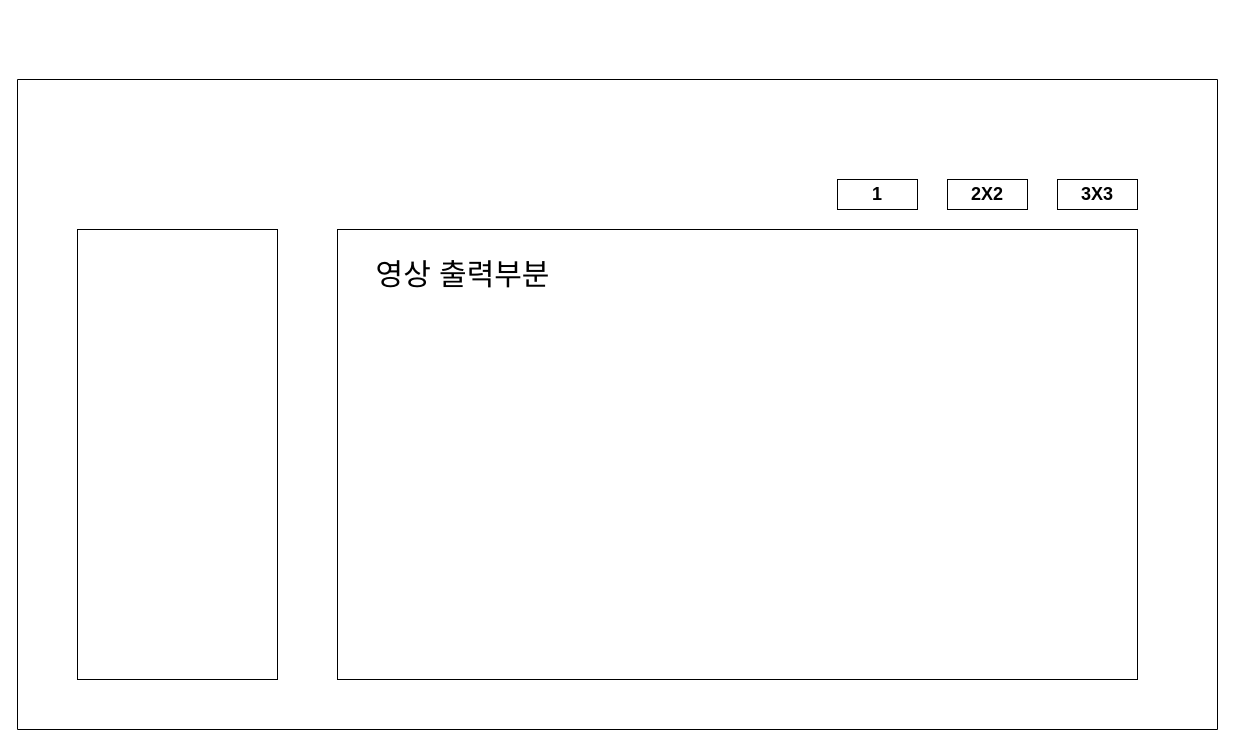
This is RTSP관제프로그램 UI.drawio from Hyunmin-Kwak-hub/neighbor21, a draw.io file, before an edit. Source tidied: cells renumbered, new cells numbered last; positions are measured from the earlier drawing's top-left corner, leaving out a move shared by most shapes. Both pictures are drawn from the tidied source at 100%, with x=0, y=0 at pixel (17, 79).
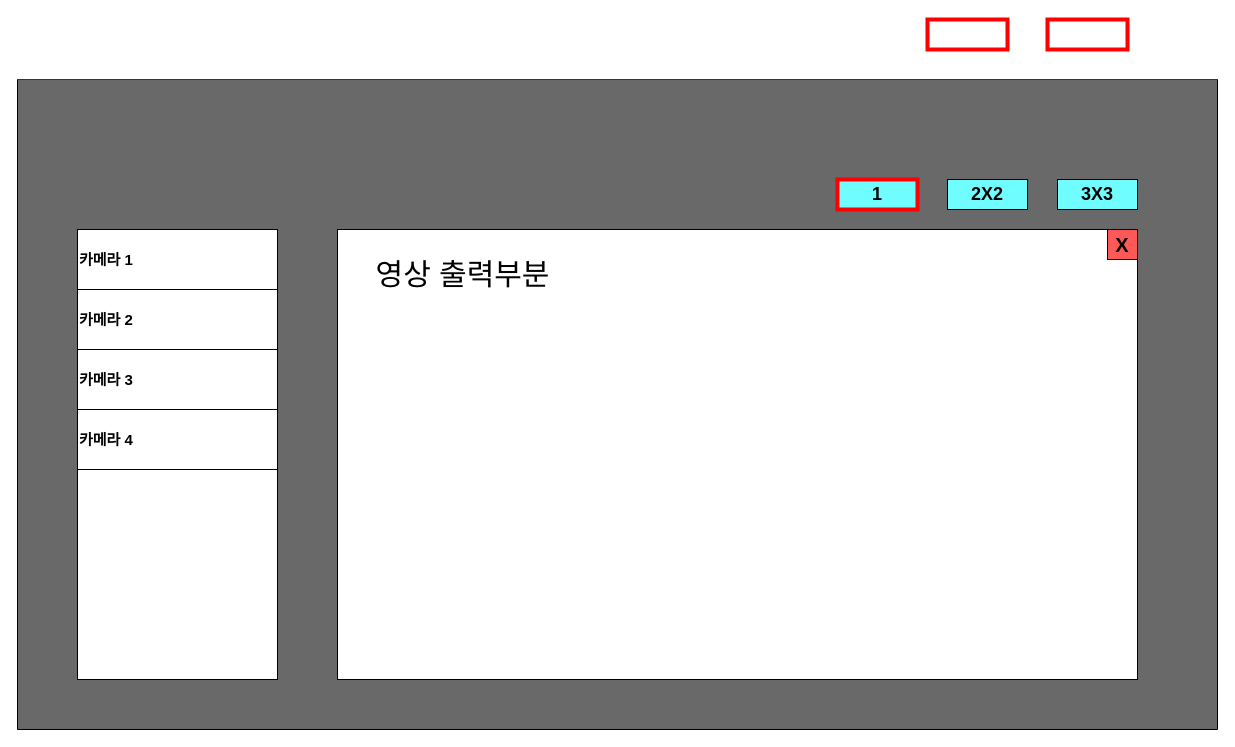
The same page after the edit.

Commit message (it also covers changes not shown here):
RTSP관제프로그램 UI.drawio 업데이트

The edit, as a diff of the source:
```diff
@@
 <mxGraphModel>
   <root>
     <mxCell id="0" />
     <mxCell id="1" parent="0" />
-    <mxCell id="2" style="swimlane;startSize=0;" parent="1" vertex="1">
+    <mxCell id="2" style="swimlane;startSize=0;swimlaneFillColor=light-dark(#696969, #ededed);fillColor=none;" parent="1" vertex="1">
       <mxGeometry width="1200" height="650" as="geometry" />
     </mxCell>
     <mxCell id="3" style="rounded=0;whiteSpace=wrap;html=1;" parent="2" vertex="1">
       <mxGeometry x="320" y="150" width="800" height="450" as="geometry" />
     </mxCell>
     <mxCell id="4" value="영상 출력부분" style="text;html=1;align=center;verticalAlign=middle;strokeColor=none;fillColor=none;fontSize=30;" parent="2" vertex="1">
       <mxGeometry x="340" y="170" width="210" height="50" as="geometry" />
     </mxCell>
     <mxCell id="5" style="rounded=0;whiteSpace=wrap;html=1;" parent="2" vertex="1">
       <mxGeometry x="60" y="150" width="200" height="450" as="geometry" />
     </mxCell>
-    <mxCell id="6" value="1" style="rounded=0;whiteSpace=wrap;html=1;fontSize=18;fontStyle=1;" parent="2" vertex="1">
+    <mxCell id="6" value="1" style="rounded=0;whiteSpace=wrap;html=1;fontSize=18;fontStyle=1;gradientColor=none;fillColor=light-dark(#70FDFF,#EDEDED);" parent="2" vertex="1">
       <mxGeometry x="820" y="100" width="80" height="30" as="geometry" />
     </mxCell>
-    <mxCell id="7" value="3X3" style="rounded=0;whiteSpace=wrap;html=1;fontStyle=1;fontSize=18;" parent="2" vertex="1">
+    <mxCell id="7" value="3X3" style="rounded=0;whiteSpace=wrap;html=1;fontStyle=1;fontSize=18;fillColor=#70FDFF;" parent="2" vertex="1">
       <mxGeometry x="1040" y="100" width="80" height="30" as="geometry" />
     </mxCell>
-    <mxCell id="8" value="2X2" style="rounded=0;whiteSpace=wrap;html=1;fontSize=18;fontStyle=1;" parent="2" vertex="1">
+    <mxCell id="8" value="2X2" style="rounded=0;whiteSpace=wrap;html=1;fontSize=18;fontStyle=1;fillColor=#70FDFF;" parent="2" vertex="1">
       <mxGeometry x="930" y="100" width="80" height="30" as="geometry" />
     </mxCell>
+    <mxCell id="9" value="X" style="whiteSpace=wrap;html=1;fontStyle=1;fontSize=20;fillColor=light-dark(#fe5858, #ff7777);" parent="2" vertex="1">
+      <mxGeometry x="1090" y="150" width="30" height="30" as="geometry" />
+    </mxCell>
+    <mxCell id="10" value="카메라 1" style="rounded=0;whiteSpace=wrap;html=1;align=left;fontStyle=1;fontSize=15;" parent="2" vertex="1">
+      <mxGeometry x="60" y="150" width="200" height="60" as="geometry" />
+    </mxCell>
+    <mxCell id="11" value="카메라 2" style="rounded=0;whiteSpace=wrap;html=1;align=left;fontStyle=1;fontSize=15;" parent="2" vertex="1">
+      <mxGeometry x="60" y="210" width="200" height="60" as="geometry" />
+    </mxCell>
+    <mxCell id="12" value="카메라 3" style="rounded=0;whiteSpace=wrap;html=1;align=left;fontStyle=1;fontSize=15;" parent="2" vertex="1">
+      <mxGeometry x="60" y="270" width="200" height="60" as="geometry" />
+    </mxCell>
+    <mxCell id="13" value="카메라 4" style="rounded=0;whiteSpace=wrap;html=1;align=left;fontSize=15;fontStyle=1;" parent="2" vertex="1">
+      <mxGeometry x="60" y="330" width="200" height="60" as="geometry" />
+    </mxCell>
+    <mxCell id="14" style="rounded=0;whiteSpace=wrap;html=1;fillColor=none;strokeWidth=4;strokeColor=light-dark(#ff0000, #ededed);" parent="2" vertex="1">
+      <mxGeometry x="820" y="100" width="80" height="30" as="geometry" />
+    </mxCell>
+    <mxCell id="15" style="rounded=0;whiteSpace=wrap;html=1;fillColor=none;strokeWidth=4;strokeColor=light-dark(#ff0000, #ededed);" parent="1" vertex="1">
+      <mxGeometry x="910" y="-60" width="80" height="30" as="geometry" />
+    </mxCell>
+    <mxCell id="16" style="rounded=0;whiteSpace=wrap;html=1;fillColor=none;strokeWidth=4;strokeColor=light-dark(#ff0000, #ededed);" parent="1" vertex="1">
+      <mxGeometry x="1030" y="-60" width="80" height="30" as="geometry" />
+    </mxCell>
   </root>
 </mxGraphModel>
```
